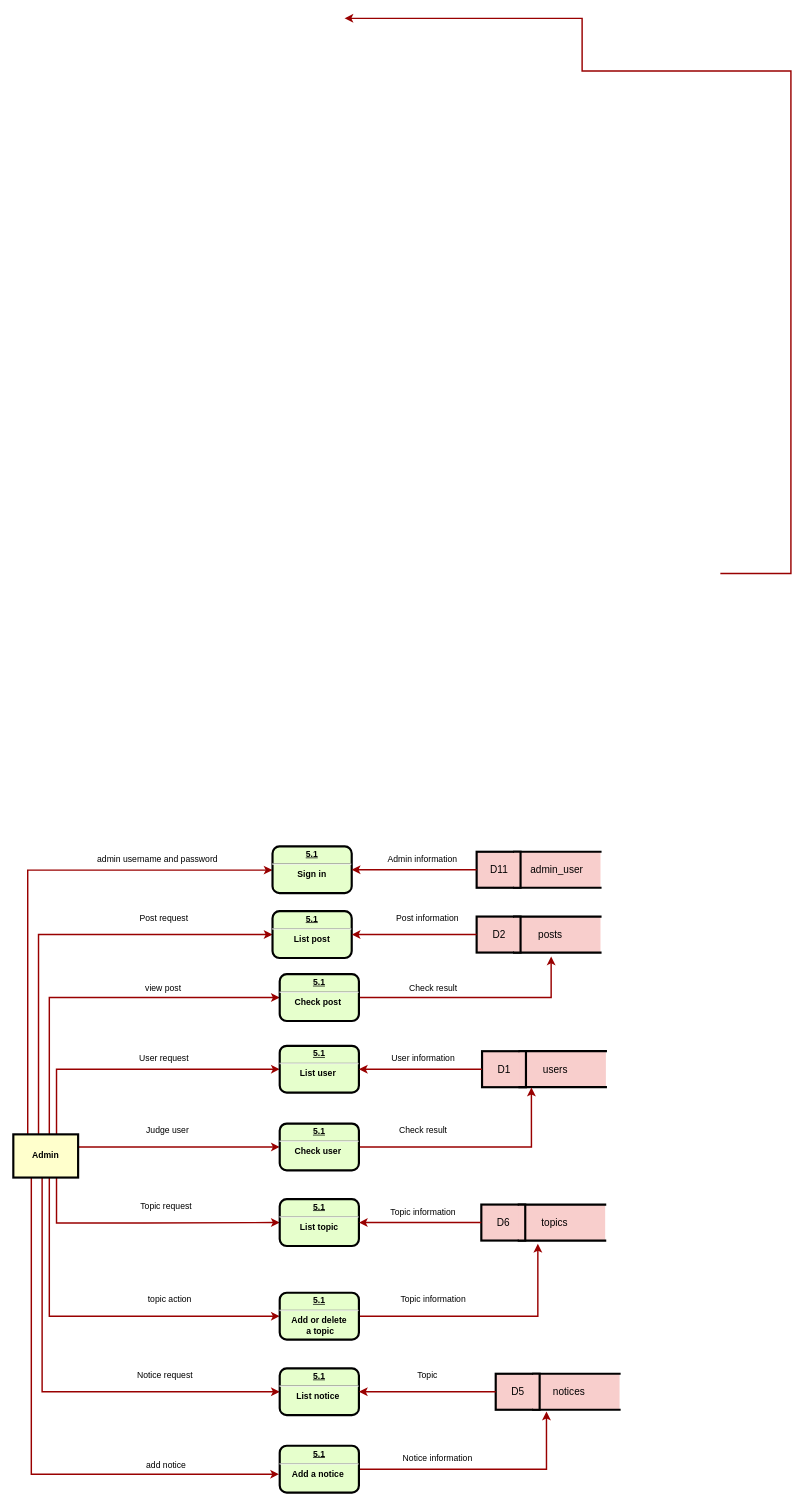
Before: docs/admin.drawio in loveagri/zhihu, a draw.io diagram. Source tidied: cells renumbered, new cells numbered last; positions are measured from the earlier drawing's top-left corner, leaving out a move shared by most shapes. Both pictures are drawn from the tidied source at 72%, with x=0, y=0 at pixel (13, 18).
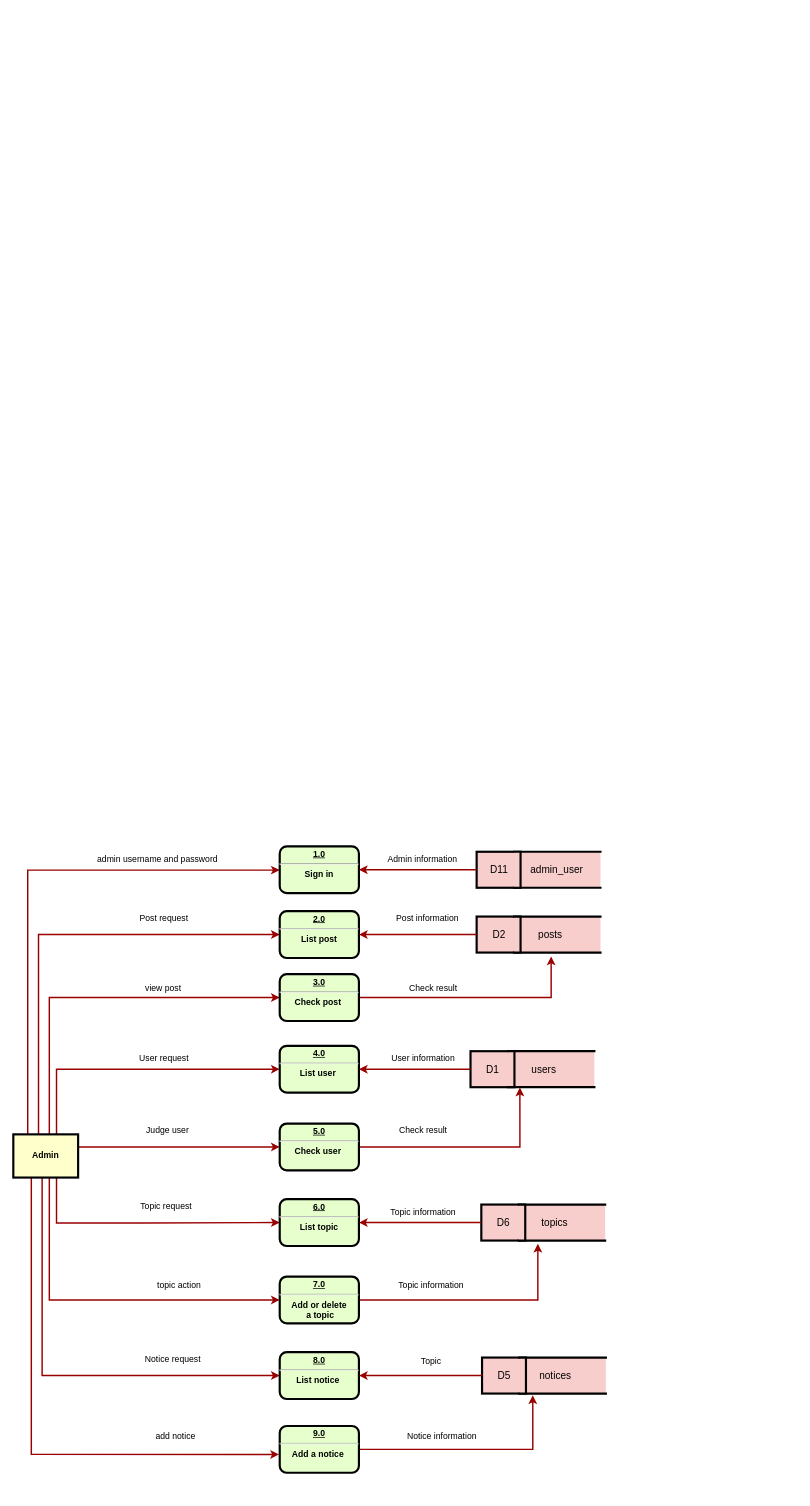
Above is the later version.

Unchanged cells that the change refers to:
```xml
<mxCell id="28" value="Admin" style="whiteSpace=wrap;align=center;verticalAlign=middle;fontStyle=1;strokeWidth=3;fillColor=#FFFFCC;" parent="1" vertex="1">
  <mxGeometry y="1550" width="90" height="60" as="geometry" />
</mxCell>
```

Diff of the diagram source:
```diff
@@
-    <mxCell id="2" style="edgeStyle=orthogonalEdgeStyle;rounded=0;orthogonalLoop=1;jettySize=auto;html=1;strokeColor=#990000;strokeWidth=2;entryX=1;entryY=0.5;entryDx=0;entryDy=0;" parent="1" edge="1">
-      <mxGeometry relative="1" as="geometry">
-        <mxPoint x="982" y="771" as="sourcePoint" />
-        <mxPoint x="460" as="targetPoint" />
-        <Array as="points">
-          <mxPoint x="1080" y="771" />
-          <mxPoint x="1080" y="73" />
-          <mxPoint x="790" y="73" />
-        </Array>
-      </mxGeometry>
-    </mxCell>
@@
     <mxCell id="11" style="group;" parent="1" vertex="1">
-      <mxGeometry x="651" y="1434.5" width="172" height="50" as="geometry" />
+      <mxGeometry x="635" y="1434.5" width="172" height="50" as="geometry" />
     </mxCell>
@@
     <mxCell id="25" style="edgeStyle=orthogonalEdgeStyle;rounded=0;jettySize=auto;html=1;entryX=0;entryY=0.5;entryDx=0;entryDy=0;strokeColor=#990000;strokeWidth=2;" parent="1" edge="1" source="28" target="76">
       <mxGeometry relative="1" as="geometry">
         <Array as="points">
-          <mxPoint x="50" y="1803" />
+          <mxPoint x="50" y="1780" />
         </Array>
       </mxGeometry>
     </mxCell>
     <mxCell id="26" style="edgeStyle=orthogonalEdgeStyle;rounded=0;jettySize=auto;html=1;entryX=0;entryY=0.5;entryDx=0;entryDy=0;strokeColor=#990000;strokeWidth=2;" parent="1" edge="1" source="28" target="51">
       <mxGeometry relative="1" as="geometry">
         <Array as="points">
-          <mxPoint x="40" y="1908" />
+          <mxPoint x="40" y="1885" />
         </Array>
       </mxGeometry>
     </mxCell>
     <mxCell id="27" style="edgeStyle=orthogonalEdgeStyle;rounded=0;jettySize=auto;html=1;entryX=-0.009;entryY=0.608;entryDx=0;entryDy=0;entryPerimeter=0;strokeColor=#990000;strokeWidth=2;" parent="1" edge="1" source="28" target="80">
       <mxGeometry relative="1" as="geometry">
         <Array as="points">
-          <mxPoint x="25" y="2022" />
+          <mxPoint x="25" y="1995" />
         </Array>
       </mxGeometry>
     </mxCell>
@@
-    <mxCell id="29" value="&lt;p style=&quot;margin: 0px ; margin-top: 4px ; text-align: center ; text-decoration: underline&quot;&gt;&lt;strong&gt;5.1&lt;/strong&gt;&lt;/p&gt;&lt;hr&gt;&lt;strong&gt;List post&lt;br&gt;&lt;/strong&gt;" style="verticalAlign=middle;align=center;overflow=fill;fontSize=12;fontFamily=Helvetica;html=1;rounded=1;fontStyle=1;strokeWidth=3;fillColor=#E6FFCC;" parent="1" vertex="1">
-      <mxGeometry x="360" y="1240" width="110" height="65" as="geometry" />
+    <mxCell id="29" value="&lt;p style=&quot;margin: 0px ; margin-top: 4px ; text-align: center ; text-decoration: underline&quot;&gt;2.0&lt;/p&gt;&lt;hr&gt;&lt;strong&gt;List post&lt;br&gt;&lt;/strong&gt;" style="verticalAlign=middle;align=center;overflow=fill;fontSize=12;fontFamily=Helvetica;html=1;rounded=1;fontStyle=1;strokeWidth=3;fillColor=#E6FFCC;" parent="1" vertex="1">
+      <mxGeometry x="370" y="1240" width="110" height="65" as="geometry" />
     </mxCell>
@@
-    <mxCell id="40" value="&lt;p style=&quot;margin: 0px ; margin-top: 4px ; text-align: center ; text-decoration: underline&quot;&gt;&lt;strong&gt;5.1&lt;/strong&gt;&lt;/p&gt;&lt;hr&gt;&lt;strong&gt;List user&amp;nbsp;&lt;br&gt;&lt;/strong&gt;" style="verticalAlign=middle;align=center;overflow=fill;fontSize=12;fontFamily=Helvetica;html=1;rounded=1;fontStyle=1;strokeWidth=3;fillColor=#E6FFCC;" parent="1" vertex="1">
+    <mxCell id="40" value="&lt;p style=&quot;margin: 0px ; margin-top: 4px ; text-align: center ; text-decoration: underline&quot;&gt;4.0&lt;/p&gt;&lt;hr&gt;&lt;strong&gt;List user&amp;nbsp;&lt;br&gt;&lt;/strong&gt;" style="verticalAlign=middle;align=center;overflow=fill;fontSize=12;fontFamily=Helvetica;html=1;rounded=1;fontStyle=1;strokeWidth=3;fillColor=#E6FFCC;" parent="1" vertex="1">
       <mxGeometry x="370" y="1427" width="110" height="65" as="geometry" />
     </mxCell>
@@
-    <mxCell id="42" value="&lt;p style=&quot;margin: 0px ; margin-top: 4px ; text-align: center ; text-decoration: underline&quot;&gt;&lt;strong&gt;5.1&lt;/strong&gt;&lt;/p&gt;&lt;hr&gt;&lt;strong&gt;List topic&lt;br&gt;&lt;/strong&gt;" style="verticalAlign=middle;align=center;overflow=fill;fontSize=12;fontFamily=Helvetica;html=1;rounded=1;fontStyle=1;strokeWidth=3;fillColor=#E6FFCC;" parent="1" vertex="1">
+    <mxCell id="42" value="&lt;p style=&quot;margin: 0px ; margin-top: 4px ; text-align: center ; text-decoration: underline&quot;&gt;6.0&lt;/p&gt;&lt;hr&gt;&lt;strong&gt;List topic&lt;br&gt;&lt;/strong&gt;" style="verticalAlign=middle;align=center;overflow=fill;fontSize=12;fontFamily=Helvetica;html=1;rounded=1;fontStyle=1;strokeWidth=3;fillColor=#E6FFCC;" parent="1" vertex="1">
       <mxGeometry x="370" y="1640" width="110" height="65" as="geometry" />
     </mxCell>
     <mxCell id="43" style="group;" parent="1" vertex="1">
-      <mxGeometry x="670" y="1882.5" width="172" height="50" as="geometry" />
+      <mxGeometry x="651" y="1860" width="172" height="50" as="geometry" />
     </mxCell>
@@
-    <mxCell id="51" value="&lt;p style=&quot;margin: 0px ; margin-top: 4px ; text-align: center ; text-decoration: underline&quot;&gt;&lt;strong&gt;5.1&lt;/strong&gt;&lt;/p&gt;&lt;hr&gt;&lt;strong&gt;List notice&amp;nbsp;&lt;br&gt;&lt;/strong&gt;" style="verticalAlign=middle;align=center;overflow=fill;fontSize=12;fontFamily=Helvetica;html=1;rounded=1;fontStyle=1;strokeWidth=3;fillColor=#E6FFCC;" parent="1" vertex="1">
-      <mxGeometry x="370" y="1875" width="110" height="65" as="geometry" />
+    <mxCell id="51" value="&lt;p style=&quot;margin: 0px ; margin-top: 4px ; text-align: center ; text-decoration: underline&quot;&gt;8.0&lt;/p&gt;&lt;hr&gt;&lt;strong&gt;List notice&amp;nbsp;&lt;br&gt;&lt;/strong&gt;" style="verticalAlign=middle;align=center;overflow=fill;fontSize=12;fontFamily=Helvetica;html=1;rounded=1;fontStyle=1;strokeWidth=3;fillColor=#E6FFCC;" parent="1" vertex="1">
+      <mxGeometry x="370" y="1852.5" width="110" height="65" as="geometry" />
     </mxCell>
     <mxCell id="52" value="Topic information" style="text;html=1;align=center;verticalAlign=middle;" parent="1" vertex="1">
-      <mxGeometry x="528" y="1770" width="110" height="20" as="geometry" />
+      <mxGeometry x="525" y="1750" width="110" height="20" as="geometry" />
     </mxCell>
@@
-    <mxCell id="54" value="&lt;p style=&quot;margin: 0px ; margin-top: 4px ; text-align: center ; text-decoration: underline&quot;&gt;&lt;strong&gt;5.1&lt;/strong&gt;&lt;/p&gt;&lt;hr&gt;&lt;strong&gt;Check post&amp;nbsp;&lt;br&gt;&lt;/strong&gt;" style="verticalAlign=middle;align=center;overflow=fill;fontSize=12;fontFamily=Helvetica;html=1;rounded=1;fontStyle=1;strokeWidth=3;fillColor=#E6FFCC;" parent="1" vertex="1">
+    <mxCell id="54" value="&lt;p style=&quot;margin: 0px ; margin-top: 4px ; text-align: center ; text-decoration: underline&quot;&gt;3.0&lt;/p&gt;&lt;hr&gt;&lt;strong&gt;Check post&amp;nbsp;&lt;br&gt;&lt;/strong&gt;" style="verticalAlign=middle;align=center;overflow=fill;fontSize=12;fontFamily=Helvetica;html=1;rounded=1;fontStyle=1;strokeWidth=3;fillColor=#E6FFCC;" parent="1" vertex="1">
       <mxGeometry x="370" y="1327.5" width="110" height="65" as="geometry" />
     </mxCell>
@@
-    <mxCell id="57" value="&lt;p style=&quot;margin: 0px ; margin-top: 4px ; text-align: center ; text-decoration: underline&quot;&gt;&lt;strong&gt;5.1&lt;/strong&gt;&lt;/p&gt;&lt;hr&gt;&lt;strong&gt;Sign in&lt;br&gt;&lt;/strong&gt;" style="verticalAlign=middle;align=center;overflow=fill;fontSize=12;fontFamily=Helvetica;html=1;rounded=1;fontStyle=1;strokeWidth=3;fillColor=#E6FFCC;" parent="1" vertex="1">
-      <mxGeometry x="360" y="1150" width="110" height="65" as="geometry" />
+    <mxCell id="57" value="&lt;p style=&quot;margin: 0px ; margin-top: 4px ; text-align: center ; text-decoration: underline&quot;&gt;1.0&lt;/p&gt;&lt;hr&gt;&lt;strong&gt;Sign in&lt;br&gt;&lt;/strong&gt;" style="verticalAlign=middle;align=center;overflow=fill;fontSize=12;fontFamily=Helvetica;html=1;rounded=1;fontStyle=1;strokeWidth=3;fillColor=#E6FFCC;" parent="1" vertex="1">
+      <mxGeometry x="370" y="1150" width="110" height="65" as="geometry" />
     </mxCell>
@@
-    <mxCell id="70" value="&lt;p style=&quot;margin: 0px ; margin-top: 4px ; text-align: center ; text-decoration: underline&quot;&gt;&lt;strong&gt;5.1&lt;/strong&gt;&lt;/p&gt;&lt;hr&gt;&lt;strong&gt;Check user&amp;nbsp;&lt;br&gt;&lt;/strong&gt;" style="verticalAlign=middle;align=center;overflow=fill;fontSize=12;fontFamily=Helvetica;html=1;rounded=1;fontStyle=1;strokeWidth=3;fillColor=#E6FFCC;" parent="1" vertex="1">
+    <mxCell id="70" value="&lt;p style=&quot;margin: 0px ; margin-top: 4px ; text-align: center ; text-decoration: underline&quot;&gt;&lt;strong&gt;5.0&lt;/strong&gt;&lt;/p&gt;&lt;hr&gt;&lt;strong&gt;Check user&amp;nbsp;&lt;br&gt;&lt;/strong&gt;" style="verticalAlign=middle;align=center;overflow=fill;fontSize=12;fontFamily=Helvetica;html=1;rounded=1;fontStyle=1;strokeWidth=3;fillColor=#E6FFCC;" parent="1" vertex="1">
       <mxGeometry x="370" y="1535" width="110" height="65" as="geometry" />
     </mxCell>
@@
-    <mxCell id="76" value="&lt;p style=&quot;margin: 0px ; margin-top: 4px ; text-align: center ; text-decoration: underline&quot;&gt;&lt;strong&gt;5.1&lt;/strong&gt;&lt;/p&gt;&lt;hr&gt;&lt;strong&gt;Add or delete&lt;br&gt;&amp;nbsp;a topic&lt;br&gt;&lt;/strong&gt;" style="verticalAlign=middle;align=center;overflow=fill;fontSize=12;fontFamily=Helvetica;html=1;rounded=1;fontStyle=1;strokeWidth=3;fillColor=#E6FFCC;" parent="1" vertex="1">
-      <mxGeometry x="370" y="1770" width="110" height="65" as="geometry" />
+    <mxCell id="76" value="&lt;p style=&quot;margin: 0px ; margin-top: 4px ; text-align: center ; text-decoration: underline&quot;&gt;7.0&lt;/p&gt;&lt;hr&gt;&lt;strong&gt;Add or delete&lt;br&gt;&amp;nbsp;a topic&lt;br&gt;&lt;/strong&gt;" style="verticalAlign=middle;align=center;overflow=fill;fontSize=12;fontFamily=Helvetica;html=1;rounded=1;fontStyle=1;strokeWidth=3;fillColor=#E6FFCC;" parent="1" vertex="1">
+      <mxGeometry x="370" y="1747.5" width="110" height="65" as="geometry" />
     </mxCell>
@@
     <mxCell id="78" value="Topic" style="text;html=1;align=center;verticalAlign=middle;" parent="1" vertex="1">
-      <mxGeometry x="555" y="1875" width="40" height="20" as="geometry" />
+      <mxGeometry x="560" y="1855" width="40" height="20" as="geometry" />
     </mxCell>
@@
-    <mxCell id="80" value="&lt;p style=&quot;margin: 0px ; margin-top: 4px ; text-align: center ; text-decoration: underline&quot;&gt;&lt;strong&gt;5.1&lt;/strong&gt;&lt;/p&gt;&lt;hr&gt;&lt;strong&gt;Add a notice&amp;nbsp;&lt;br&gt;&lt;/strong&gt;" style="verticalAlign=middle;align=center;overflow=fill;fontSize=12;fontFamily=Helvetica;html=1;rounded=1;fontStyle=1;strokeWidth=3;fillColor=#E6FFCC;" parent="1" vertex="1">
-      <mxGeometry x="370" y="1982.5" width="110" height="65" as="geometry" />
+    <mxCell id="80" value="&lt;p style=&quot;margin: 0px ; margin-top: 4px ; text-align: center ; text-decoration: underline&quot;&gt;9.0&lt;/p&gt;&lt;hr&gt;&lt;strong&gt;Add a notice&amp;nbsp;&lt;br&gt;&lt;/strong&gt;" style="verticalAlign=middle;align=center;overflow=fill;fontSize=12;fontFamily=Helvetica;html=1;rounded=1;fontStyle=1;strokeWidth=3;fillColor=#E6FFCC;" parent="1" vertex="1">
+      <mxGeometry x="370" y="1955" width="110" height="65" as="geometry" />
     </mxCell>
@@
     <mxCell id="82" value="Notice information" style="text;html=1;align=center;verticalAlign=middle;" parent="1" vertex="1">
-      <mxGeometry x="533.5" y="1990" width="110" height="20" as="geometry" />
+      <mxGeometry x="540" y="1960" width="110" height="20" as="geometry" />
     </mxCell>
@@
     <mxCell id="85" value="topic action" style="text;html=1;align=center;verticalAlign=middle;" parent="1" vertex="1">
-      <mxGeometry x="177" y="1770" width="80" height="20" as="geometry" />
+      <mxGeometry x="190" y="1750" width="80" height="20" as="geometry" />
     </mxCell>
     <mxCell id="86" value="Notice request&amp;nbsp;" style="text;html=1;align=center;verticalAlign=middle;" parent="1" vertex="1">
-      <mxGeometry x="162" y="1875" width="100" height="20" as="geometry" />
+      <mxGeometry x="173" y="1852.5" width="100" height="20" as="geometry" />
     </mxCell>
     <mxCell id="87" value="add notice" style="text;html=1;align=center;verticalAlign=middle;" parent="1" vertex="1">
-      <mxGeometry x="177" y="2000" width="70" height="20" as="geometry" />
+      <mxGeometry x="190" y="1960" width="70" height="20" as="geometry" />
     </mxCell>
```
